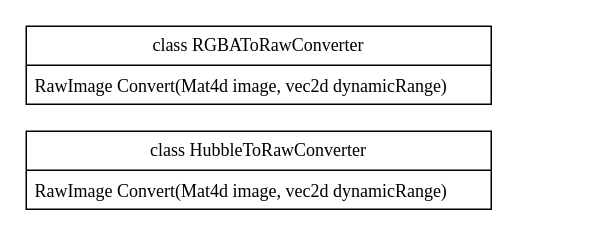
Before: page "RawTextureConverters" (1 of 8) of Docs/Class diagrams.drawio in SpatiumOwl/ComplexSky-2.0, a draw.io diagram. Source tidied: cells renumbered, new cells numbered last; positions are measured from the earlier drawing's top-left corner, leaving out a move shared by most shapes. Both pictures are drawn from the tidied source at 150%, with x=0, y=0 at pixel (26, 26).
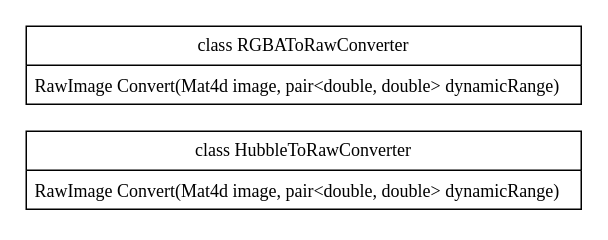
The same page after the edit.

Diff of the diagram source:
```diff
@@
 <mxGraphModel>
   <root>
     <mxCell id="0" />
     <mxCell id="1" parent="0" />
     <mxCell id="2" value="class RGBAToRawConverter" style="swimlane;fontStyle=0;horizontal=1;startSize=26;fillColor=none;whiteSpace=wrap;html=1;fontFamily=Times New Roman;" parent="1" vertex="1">
-      <mxGeometry width="310" height="52" as="geometry" />
+      <mxGeometry width="370" height="52" as="geometry" />
     </mxCell>
-    <mxCell id="3" value="RawImage Convert(Mat4d image, vec2d dynamicRange)" style="text;strokeColor=none;fillColor=none;align=left;verticalAlign=top;spacingLeft=4;spacingRight=4;overflow=hidden;whiteSpace=wrap;html=1;fontFamily=Times New Roman;" parent="2" vertex="1">
-      <mxGeometry y="26" width="310" height="26" as="geometry" />
+    <mxCell id="3" value="RawImage Convert(Mat4d image,&amp;nbsp;pair&amp;lt;double, double&amp;gt; dynamicRange)" style="text;strokeColor=none;fillColor=none;align=left;verticalAlign=top;spacingLeft=4;spacingRight=4;overflow=hidden;whiteSpace=wrap;html=1;fontFamily=Times New Roman;" parent="2" vertex="1">
+      <mxGeometry y="26" width="370" height="26" as="geometry" />
     </mxCell>
     <mxCell id="4" value="class HubbleToRawConverter" style="swimlane;fontStyle=0;horizontal=1;startSize=26;fillColor=none;whiteSpace=wrap;html=1;fontFamily=Times New Roman;" parent="1" vertex="1">
-      <mxGeometry y="70" width="310" height="52" as="geometry" />
+      <mxGeometry y="70" width="370" height="52" as="geometry" />
     </mxCell>
-    <mxCell id="5" value="RawImage Convert(Mat4d image, vec2d dynamicRange)" style="text;strokeColor=none;fillColor=none;align=left;verticalAlign=top;spacingLeft=4;spacingRight=4;overflow=hidden;whiteSpace=wrap;html=1;fontFamily=Times New Roman;" parent="4" vertex="1">
-      <mxGeometry y="26" width="310" height="26" as="geometry" />
+    <mxCell id="5" value="RawImage Convert(Mat4d image,&amp;nbsp;pair&amp;lt;double, double&amp;gt; dynamicRange)" style="text;strokeColor=none;fillColor=none;align=left;verticalAlign=top;spacingLeft=4;spacingRight=4;overflow=hidden;whiteSpace=wrap;html=1;fontFamily=Times New Roman;" parent="4" vertex="1">
+      <mxGeometry y="26" width="370" height="26" as="geometry" />
     </mxCell>
   </root>
 </mxGraphModel>
```
